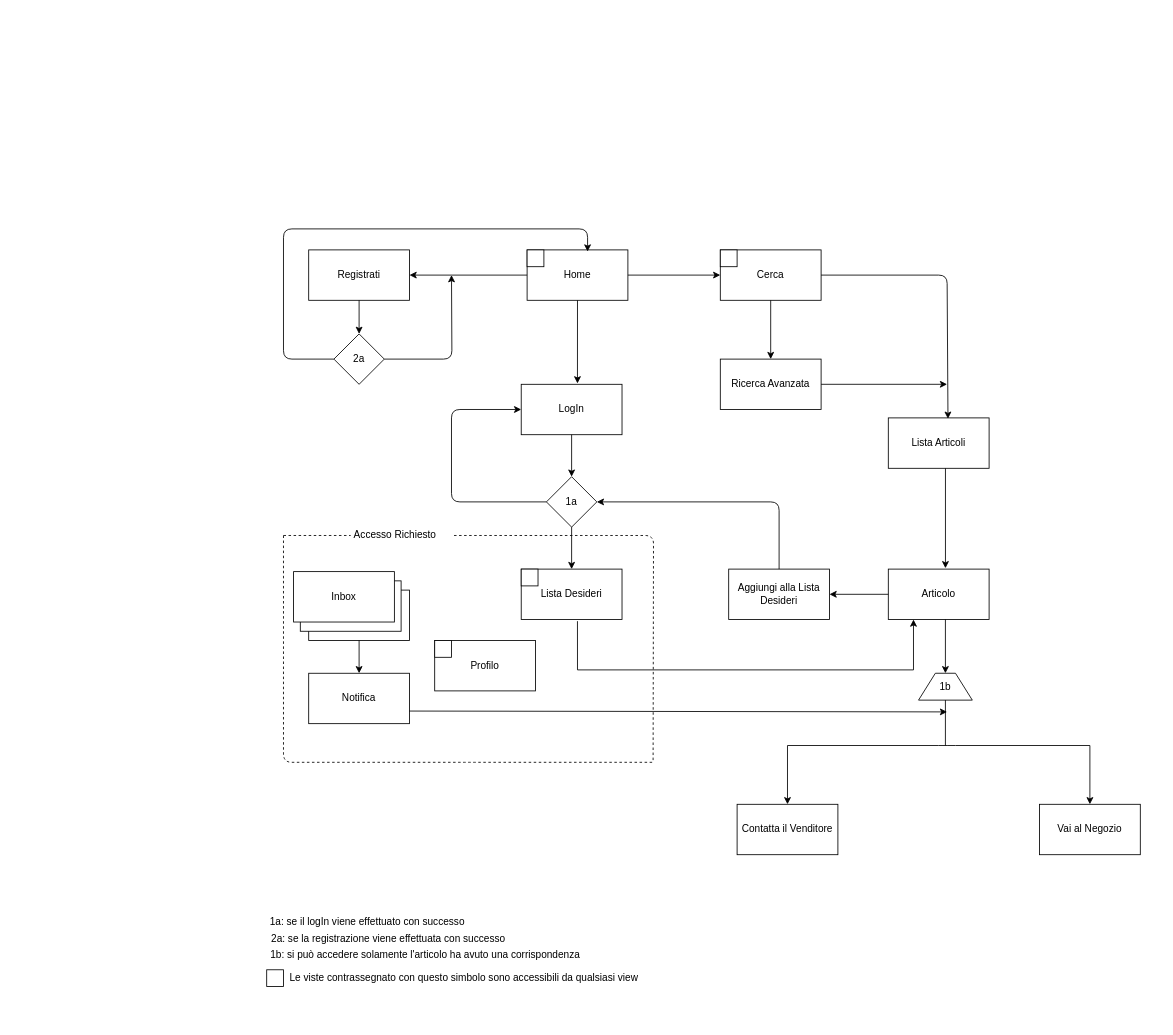
Before: Untitled Diagram.drawio in VincentUniversity/AppDispMob, a draw.io diagram. Source tidied: cells renumbered, new cells numbered last; positions are measured from the earlier drawing's top-left corner, leaving out a move shared by most shapes. Both pictures are drawn from the tidied source at 84%, with x=0, y=0 at pixel (14, 228).
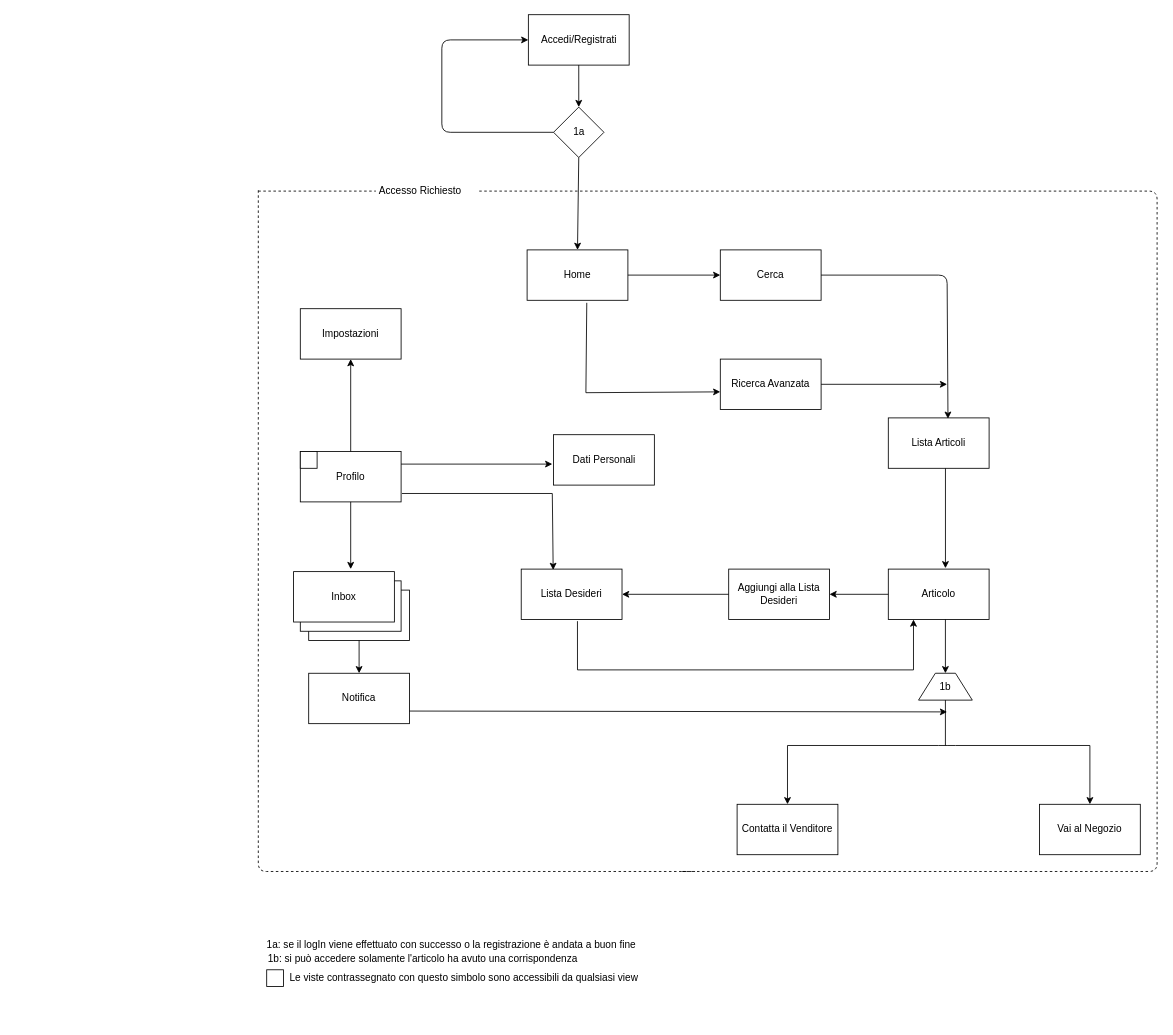
The same diagram, later.

The change refers to these unchanged cells:
```xml
<mxCell id="2" value="Home" style="rounded=0;whiteSpace=wrap;html=1;" parent="1" vertex="1">
  <mxGeometry x="610" y="25" width="120" height="60" as="geometry" />
</mxCell>
<mxCell id="14" value="Lista Desideri" style="rounded=0;whiteSpace=wrap;html=1;" parent="1" vertex="1">
  <mxGeometry x="603" y="405" width="120" height="60" as="geometry" />
</mxCell>
<mxCell id="25" value="Cerca" style="rounded=0;whiteSpace=wrap;html=1;" parent="1" vertex="1">
  <mxGeometry x="840" y="25" width="120" height="60" as="geometry" />
</mxCell>
<mxCell id="26" value="Ricerca Avanzata" style="rounded=0;whiteSpace=wrap;html=1;" parent="1" vertex="1">
  <mxGeometry x="840" y="155" width="120" height="60" as="geometry" />
</mxCell>
<mxCell id="34" value="Aggiungi alla Lista Desideri" style="rounded=0;whiteSpace=wrap;html=1;" parent="1" vertex="1">
  <mxGeometry x="850" y="405" width="120" height="60" as="geometry" />
</mxCell>
```

The edit, as a diff of the source:
```diff
@@
-    <mxCell id="3" value="Registrati" style="rounded=0;whiteSpace=wrap;html=1;" parent="1" vertex="1">
-      <mxGeometry x="350" y="25" width="120" height="60" as="geometry" />
-    </mxCell>
-    <mxCell id="4" value="LogIn" style="rounded=0;whiteSpace=wrap;html=1;" parent="1" vertex="1">
-      <mxGeometry x="603" y="185" width="120" height="60" as="geometry" />
+    <mxCell id="4" value="Accedi/Registrati" style="rounded=0;whiteSpace=wrap;html=1;" parent="1" vertex="1">
+      <mxGeometry x="611.5" y="-255" width="120" height="60" as="geometry" />
     </mxCell>
-    <mxCell id="5" value="2a" style="rhombus;whiteSpace=wrap;html=1;" parent="1" vertex="1">
-      <mxGeometry x="380" y="125" width="60" height="60" as="geometry" />
-    </mxCell>
     <mxCell id="6" value="1a" style="rhombus;whiteSpace=wrap;html=1;" parent="1" vertex="1">
-      <mxGeometry x="633" y="295" width="60" height="60" as="geometry" />
+      <mxGeometry x="641.5" y="-145" width="60" height="60" as="geometry" />
     </mxCell>
-    <mxCell id="7" style="endArrow=classic;html=1;exitX=0;exitY=0.5;exitDx=0;exitDy=0;entryX=1;entryY=0.5;entryDx=0;entryDy=0;" parent="1" edge="1" source="2" target="3">
-      <mxGeometry relative="1" as="geometry" />
-    </mxCell>
-    <mxCell id="8" style="endArrow=classic;html=1;exitX=0.5;exitY=1;exitDx=0;exitDy=0;entryX=0.5;entryY=0;entryDx=0;entryDy=0;" parent="1" edge="1" source="3" target="5">
-      <mxGeometry relative="1" as="geometry" />
-    </mxCell>
-    <mxCell id="9" style="endArrow=classic;html=1;exitX=0.5;exitY=1;exitDx=0;exitDy=0;entryX=0.558;entryY=-0.017;entryDx=0;entryDy=0;entryPerimeter=0;" parent="1" edge="1" source="2" target="4">
-      <mxGeometry relative="1" as="geometry" />
-    </mxCell>
@@
-    <mxCell id="11" style="endArrow=classic;html=1;exitX=1;exitY=0.5;exitDx=0;exitDy=0;edgeStyle=orthogonalEdgeStyle;" parent="1" edge="1" source="5">
-      <mxGeometry relative="1" as="geometry">
-        <mxPoint x="520" y="55" as="targetPoint" />
-      </mxGeometry>
-    </mxCell>
-    <mxCell id="12" style="endArrow=classic;html=1;exitX=0;exitY=0.5;exitDx=0;exitDy=0;edgeStyle=orthogonalEdgeStyle;entryX=0.6;entryY=0.033;entryDx=0;entryDy=0;entryPerimeter=0;" parent="1" edge="1" source="5" target="2">
-      <mxGeometry relative="1" as="geometry">
-        <Array as="points">
-          <mxPoint x="320" y="155" />
-          <mxPoint x="320" />
-          <mxPoint x="682" />
-        </Array>
-      </mxGeometry>
-    </mxCell>
-    <mxCell id="13" style="endArrow=classic;html=1;exitX=0.5;exitY=1;exitDx=0;exitDy=0;" parent="1" edge="1" source="6" target="14">
-      <mxGeometry relative="1" as="geometry" />
-    </mxCell>
@@
     <mxCell id="20" style="endArrow=none;dashed=1;html=1;" parent="1" edge="1">
       <mxGeometry relative="1" as="geometry">
-        <mxPoint x="320" y="365" as="sourcePoint" />
-        <mxPoint x="400" y="365" as="targetPoint" />
+        <mxPoint x="290" y="-45" as="sourcePoint" />
+        <mxPoint x="430" y="-45" as="targetPoint" />
       </mxGeometry>
     </mxCell>
     <mxCell id="21" value="Accesso Richiesto" style="text;html=1;strokeColor=none;fillColor=none;align=center;verticalAlign=middle;whiteSpace=wrap;rounded=0;" parent="1" vertex="1">
-      <mxGeometry x="383" y="355" width="140" height="20" as="geometry" />
+      <mxGeometry x="413" y="-55" width="140" height="20" as="geometry" />
     </mxCell>
     <mxCell id="22" style="endArrow=none;dashed=1;html=1;exitX=1;exitY=0.5;exitDx=0;exitDy=0;edgeStyle=orthogonalEdgeStyle;" parent="1" edge="1" source="21">
       <mxGeometry relative="1" as="geometry">
-        <mxPoint x="760" y="635" as="targetPoint" />
+        <mxPoint x="800" y="765" as="targetPoint" />
+        <Array as="points">
+          <mxPoint x="1360" y="-45" />
+          <mxPoint x="1360" y="765" />
+          <mxPoint x="790" y="765" />
+        </Array>
       </mxGeometry>
     </mxCell>
     <mxCell id="23" style="endArrow=none;dashed=1;html=1;edgeStyle=orthogonalEdgeStyle;" parent="1" edge="1">
       <mxGeometry relative="1" as="geometry">
-        <mxPoint x="320" y="365" as="sourcePoint" />
-        <mxPoint x="760" y="635" as="targetPoint" />
+        <mxPoint x="290" y="-46" as="sourcePoint" />
+        <mxPoint x="810" y="765" as="targetPoint" />
         <Array as="points">
-          <mxPoint x="540" y="635" />
-          <mxPoint x="540" y="635" />
+          <mxPoint x="290" y="765" />
         </Array>
       </mxGeometry>
     </mxCell>
     <mxCell id="24" style="endArrow=classic;html=1;exitX=0;exitY=0.5;exitDx=0;exitDy=0;edgeStyle=orthogonalEdgeStyle;entryX=0;entryY=0.5;entryDx=0;entryDy=0;" parent="1" edge="1" source="6" target="4">
       <mxGeometry relative="1" as="geometry">
         <Array as="points">
-          <mxPoint x="520" y="325" />
-          <mxPoint x="520" y="215" />
+          <mxPoint x="508.5" y="-115" />
+          <mxPoint x="508.5" y="-225" />
+          <mxPoint x="611.5" y="-225" />
         </Array>
       </mxGeometry>
     </mxCell>
@@
-    <mxCell id="28" style="endArrow=classic;html=1;exitX=0.5;exitY=1;exitDx=0;exitDy=0;entryX=0.5;entryY=0;entryDx=0;entryDy=0;" parent="1" edge="1" source="25" target="26">
-      <mxGeometry relative="1" as="geometry" />
+    <mxCell id="28" style="endArrow=classic;html=1;" parent="1" edge="1">
+      <mxGeometry relative="1" as="geometry">
+        <mxPoint x="680" y="195" as="sourcePoint" />
+        <mxPoint x="840" y="194" as="targetPoint" />
+      </mxGeometry>
     </mxCell>
@@
-    <mxCell id="35" style="endArrow=classic;html=1;strokeColor=#000000;entryX=1;entryY=0.5;entryDx=0;entryDy=0;" parent="1" edge="1" target="6">
-      <mxGeometry relative="1" as="geometry">
-        <mxPoint x="910" y="405" as="sourcePoint" />
-        <Array as="points">
-          <mxPoint x="910" y="325" />
-        </Array>
-      </mxGeometry>
-    </mxCell>
@@
-    <mxCell id="49" value="1a: se il logIn viene effettuato con successo" style="text;html=1;strokeColor=none;fillColor=none;align=center;verticalAlign=middle;whiteSpace=wrap;rounded=0;" parent="1" vertex="1">
-      <mxGeometry y="815" width="840" height="20" as="geometry" />
+    <mxCell id="49" value="1a: se il logIn viene effettuato con successo o la registrazione è andata a buon fine" style="text;html=1;strokeColor=none;fillColor=none;align=center;verticalAlign=middle;whiteSpace=wrap;rounded=0;" parent="1" vertex="1">
+      <mxGeometry x="100" y="842" width="840" height="20" as="geometry" />
     </mxCell>
-    <mxCell id="50" value="2a: se la registrazione viene effettuata con successo" style="text;html=1;strokeColor=none;fillColor=none;align=center;verticalAlign=middle;whiteSpace=wrap;rounded=0;" parent="1" vertex="1">
-      <mxGeometry x="210" y="835" width="470" height="20" as="geometry" />
-    </mxCell>
     <mxCell id="51" value="1b: si può accedere solamente l'articolo ha avuto una corrispondenza" style="text;html=1;strokeColor=none;fillColor=none;align=center;verticalAlign=middle;whiteSpace=wrap;rounded=0;" parent="1" vertex="1">
-      <mxGeometry x="265" y="855" width="448" height="20" as="geometry" />
+      <mxGeometry x="262" y="859" width="448" height="20" as="geometry" />
     </mxCell>
     <mxCell id="52" value="Profilo" style="rounded=0;whiteSpace=wrap;html=1;" parent="1" vertex="1">
-      <mxGeometry x="500" y="490" width="120" height="60" as="geometry" />
+      <mxGeometry x="340" y="265" width="120" height="60" as="geometry" />
     </mxCell>
-    <mxCell id="53" style="rounded=0;whiteSpace=wrap;html=1;" parent="1" vertex="1">
-      <mxGeometry x="840" y="25" width="20" height="20" as="geometry" />
-    </mxCell>
-    <mxCell id="54" style="rounded=0;whiteSpace=wrap;html=1;" parent="1" vertex="1">
-      <mxGeometry x="610" y="25" width="20" height="20" as="geometry" />
-    </mxCell>
-    <mxCell id="55" style="rounded=0;whiteSpace=wrap;html=1;" parent="1" vertex="1">
-      <mxGeometry x="603" y="405" width="20" height="20" as="geometry" />
-    </mxCell>
     <mxCell id="56" style="rounded=0;whiteSpace=wrap;html=1;" parent="1" vertex="1">
-      <mxGeometry x="500" y="490" width="20" height="20" as="geometry" />
+      <mxGeometry x="340" y="265" width="20" height="20" as="geometry" />
     </mxCell>
@@
+    <mxCell id="59" style="endArrow=classic;html=1;exitX=0.5;exitY=1;exitDx=0;exitDy=0;" parent="1" edge="1">
+      <mxGeometry relative="1" as="geometry">
+        <mxPoint x="671.5" y="-85" as="sourcePoint" />
+        <mxPoint x="670" y="25" as="targetPoint" />
+      </mxGeometry>
+    </mxCell>
+    <mxCell id="60" style="endArrow=none;html=1;entryX=0.592;entryY=1.05;entryDx=0;entryDy=0;entryPerimeter=0;" parent="1" edge="1" target="2">
+      <mxGeometry relative="1" as="geometry">
+        <mxPoint x="680" y="195" as="sourcePoint" />
+      </mxGeometry>
+    </mxCell>
+    <mxCell id="61" style="endArrow=classic;html=1;exitX=0;exitY=0.5;exitDx=0;exitDy=0;entryX=1;entryY=0.5;entryDx=0;entryDy=0;" parent="1" edge="1" source="34" target="14">
+      <mxGeometry relative="1" as="geometry" />
+    </mxCell>
+    <mxCell id="62" style="endArrow=classic;html=1;exitX=0.5;exitY=1;exitDx=0;exitDy=0;" parent="1" edge="1" source="52">
+      <mxGeometry relative="1" as="geometry">
+        <mxPoint x="400" y="405" as="targetPoint" />
+      </mxGeometry>
+    </mxCell>
+    <mxCell id="63" style="endArrow=classic;html=1;entryX=0.317;entryY=0.017;entryDx=0;entryDy=0;entryPerimeter=0;" parent="1" edge="1" target="14">
+      <mxGeometry relative="1" as="geometry">
+        <mxPoint x="640" y="315" as="sourcePoint" />
+      </mxGeometry>
+    </mxCell>
+    <mxCell id="64" style="endArrow=none;html=1;" parent="1" edge="1">
+      <mxGeometry relative="1" as="geometry">
+        <mxPoint x="461" y="315" as="sourcePoint" />
+        <mxPoint x="640" y="315" as="targetPoint" />
+      </mxGeometry>
+    </mxCell>
+    <mxCell id="65" style="endArrow=classic;html=1;exitX=1;exitY=0.25;exitDx=0;exitDy=0;" parent="1" edge="1" source="52">
+      <mxGeometry relative="1" as="geometry">
+        <mxPoint x="640" y="280" as="targetPoint" />
+      </mxGeometry>
+    </mxCell>
+    <mxCell id="66" value="Dati Personali" style="rounded=0;whiteSpace=wrap;html=1;" parent="1" vertex="1">
+      <mxGeometry x="641.5" y="245" width="120" height="60" as="geometry" />
+    </mxCell>
+    <mxCell id="67" style="endArrow=classic;html=1;exitX=0.5;exitY=0;exitDx=0;exitDy=0;" parent="1" edge="1" source="52">
+      <mxGeometry relative="1" as="geometry">
+        <mxPoint x="400" y="155" as="targetPoint" />
+      </mxGeometry>
+    </mxCell>
+    <mxCell id="68" value="Impostazioni" style="rounded=0;whiteSpace=wrap;html=1;" parent="1" vertex="1">
+      <mxGeometry x="340" y="95" width="120" height="60" as="geometry" />
+    </mxCell>
```
